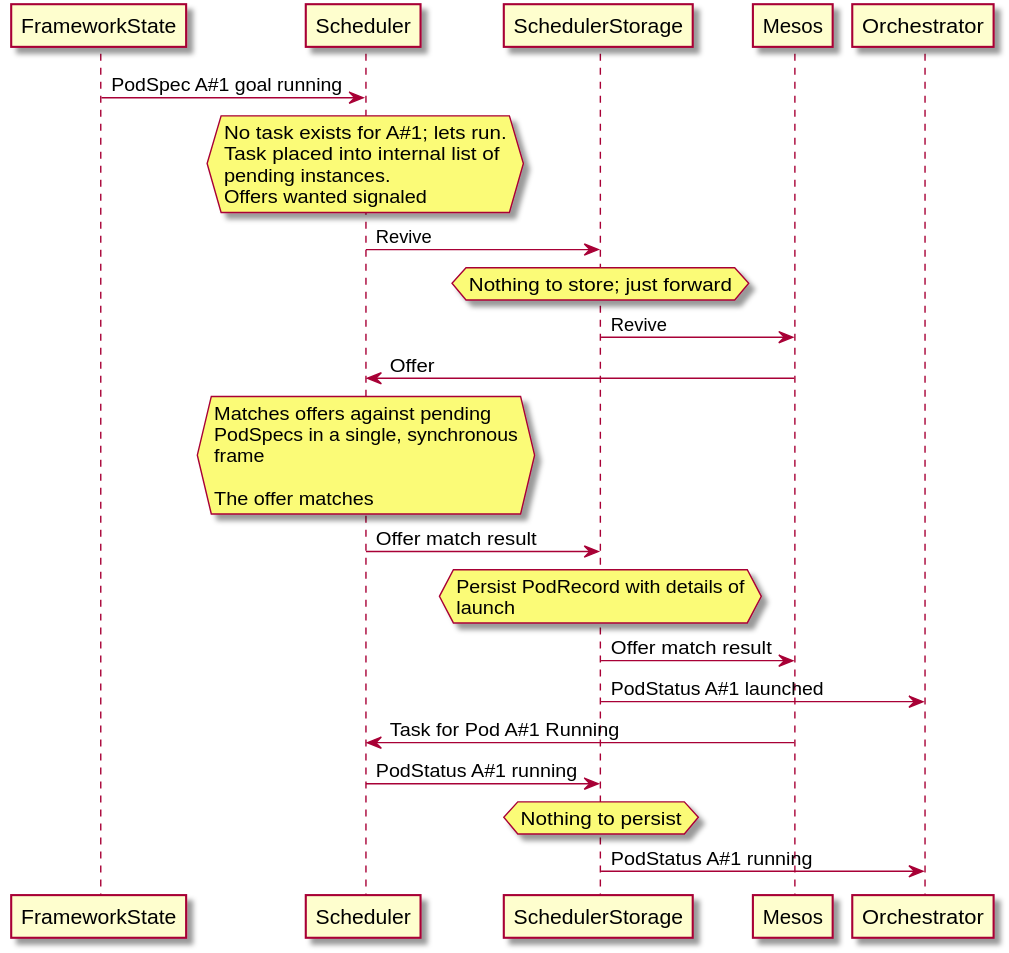
mesosphere/usi keeps this PlantUML diagram as docs/design/scheduler-interaction.svg. Above is the earlier version. Its diagram source:
```plantuml
@startuml
Participant FrameworkState
Participant Scheduler
Participant SchedulerStorage
Participant Mesos
Participant Orchestrator

FrameworkState -> Scheduler: PodSpec A#1 goal running
hnote over Scheduler
  No task exists for A#1; lets run.
  Task placed into internal list of
  pending instances.
  Offers wanted signaled
end hnote

Scheduler -> SchedulerStorage: Revive
hnote over SchedulerStorage
  Nothing to store; just forward
end hnote

SchedulerStorage -> Mesos: Revive

Mesos -> Scheduler: Offer
hnote over Scheduler
  Matches offers against pending
  PodSpecs in a single, synchronous
  frame

  The offer matches
end hnote

Scheduler -> SchedulerStorage: Offer match result
hnote over SchedulerStorage
  Persist PodRecord with details of
  launch
end hnote

SchedulerStorage -> Mesos: Offer match result
SchedulerStorage -> Orchestrator: PodStatus A#1 launched


Mesos -> Scheduler: Task for Pod A#1 Running
Scheduler -> SchedulerStorage: PodStatus A#1 running
hnote over SchedulerStorage
  Nothing to persist
end hnote
SchedulerStorage -> Orchestrator: PodStatus A#1 running
@enduml
```
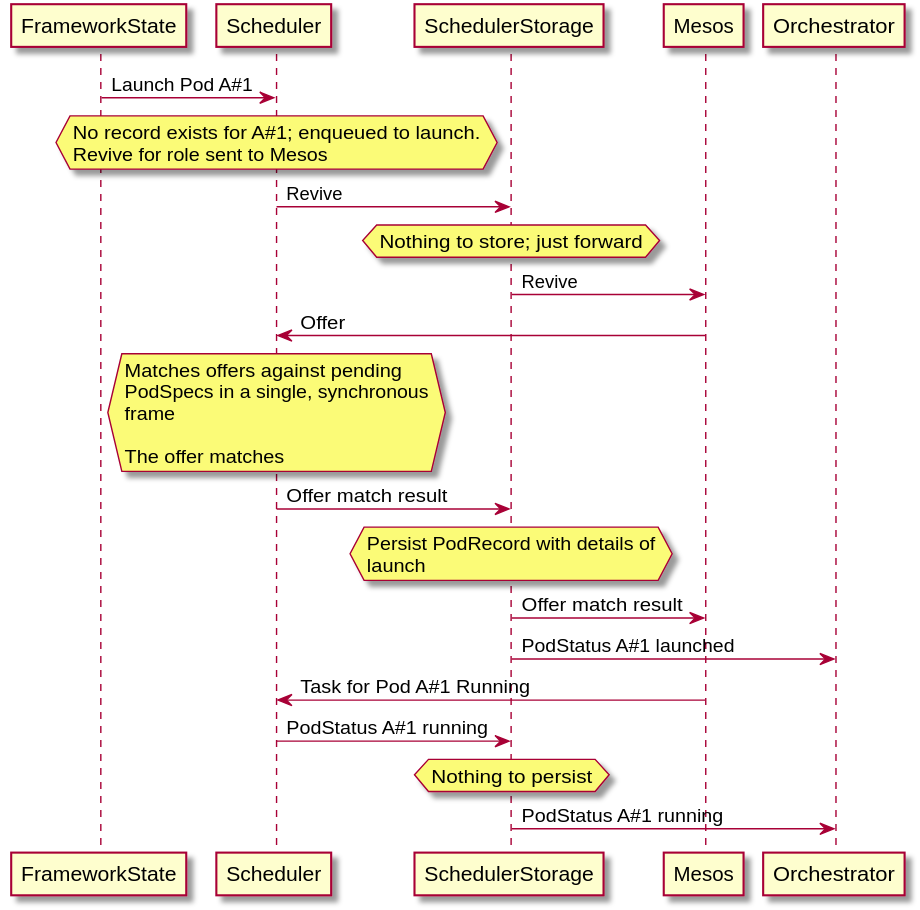
The same file after the commit.

The edit, as a diff of the source:
```diff
@@ -5,12 +5,10 @@
 Participant Mesos
 Participant Orchestrator
 
-FrameworkState -> Scheduler: PodSpec A#1 goal running
+FrameworkState -> Scheduler: Launch Pod A#1
 hnote over Scheduler
-  No task exists for A#1; lets run.
-  Task placed into internal list of
-  pending instances.
-  Offers wanted signaled
+  No record exists for A#1; enqueued to launch.
+  Revive for role sent to Mesos
 end hnote
 
 Scheduler -> SchedulerStorage: Revive
```
